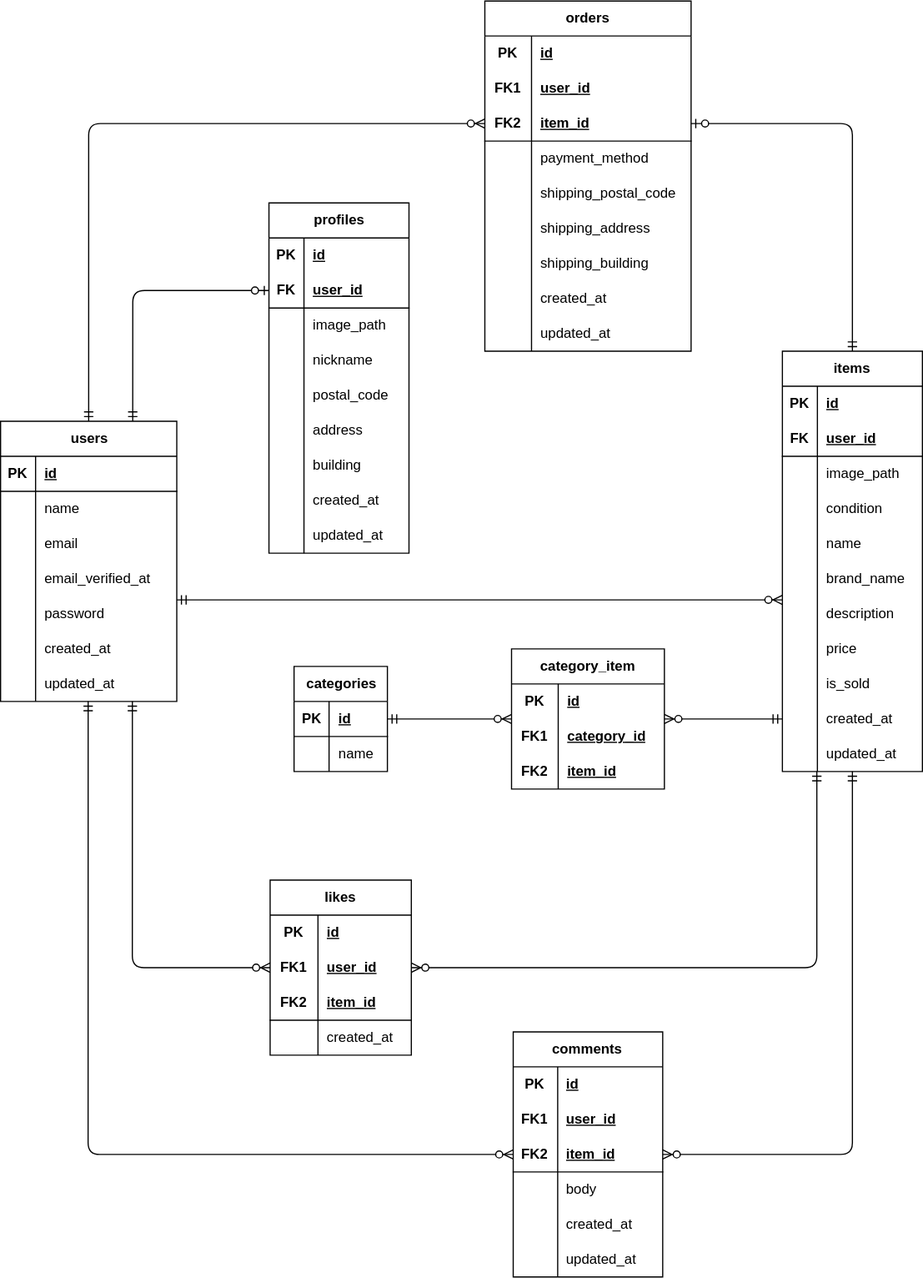
This is database-design.drawio.svg from sangwon-lee302/flea-market, a draw.io export, as it was before one commit. Source tidied: cells renumbered, new cells last; positions are measured from the earlier drawing's top-left corner, leaving out a move shared by most shapes.
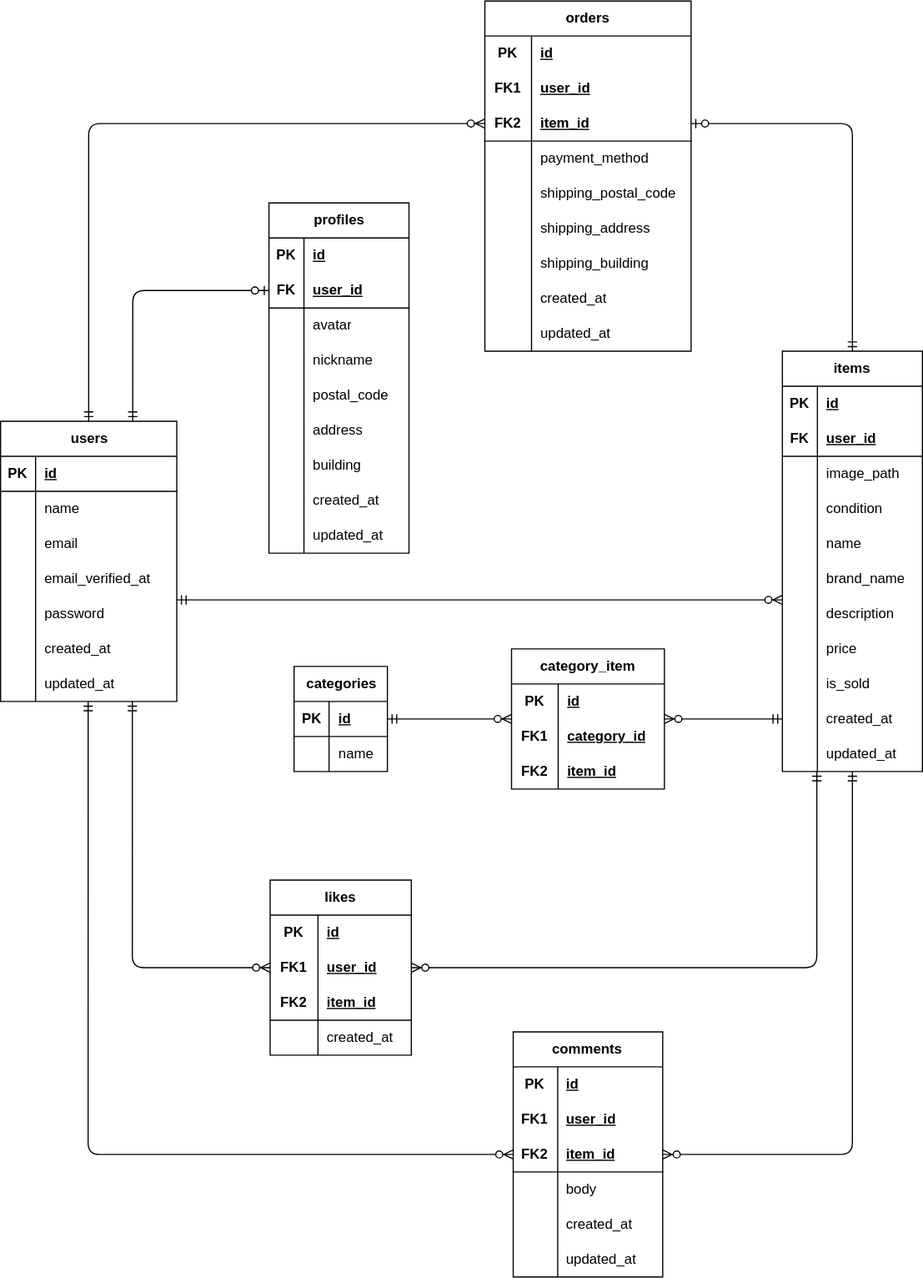
The same diagram one commit later.

Commit message:
refactor: rename profile table image_path column

Diff of the diagram source:
```diff
@@ -446,7 +446,7 @@
     <mxCell id="149" style="shape=partialRectangle;fillColor=none;top=0;left=0;bottom=0;right=0;overflow=hidden;whiteSpace=wrap;html=1;" parent="148" vertex="1">
       <mxGeometry width="30" height="30" as="geometry" />
     </mxCell>
-    <mxCell id="150" value="image_path" style="shape=partialRectangle;fillColor=none;top=0;left=0;bottom=0;right=0;align=left;spacingLeft=6;overflow=hidden;whiteSpace=wrap;html=1;" parent="148" vertex="1">
+    <mxCell id="150" value="avatar" style="shape=partialRectangle;fillColor=none;top=0;left=0;bottom=0;right=0;align=left;spacingLeft=6;overflow=hidden;whiteSpace=wrap;html=1;" parent="148" vertex="1">
       <mxGeometry x="30" width="90" height="30" as="geometry" />
     </mxCell>
     <mxCell id="151" style="shape=tableRow;horizontal=0;startSize=0;swimlaneHead=0;swimlaneBody=0;fillColor=none;top=0;left=0;right=0;bottom=0;" parent="141" vertex="1">
```
